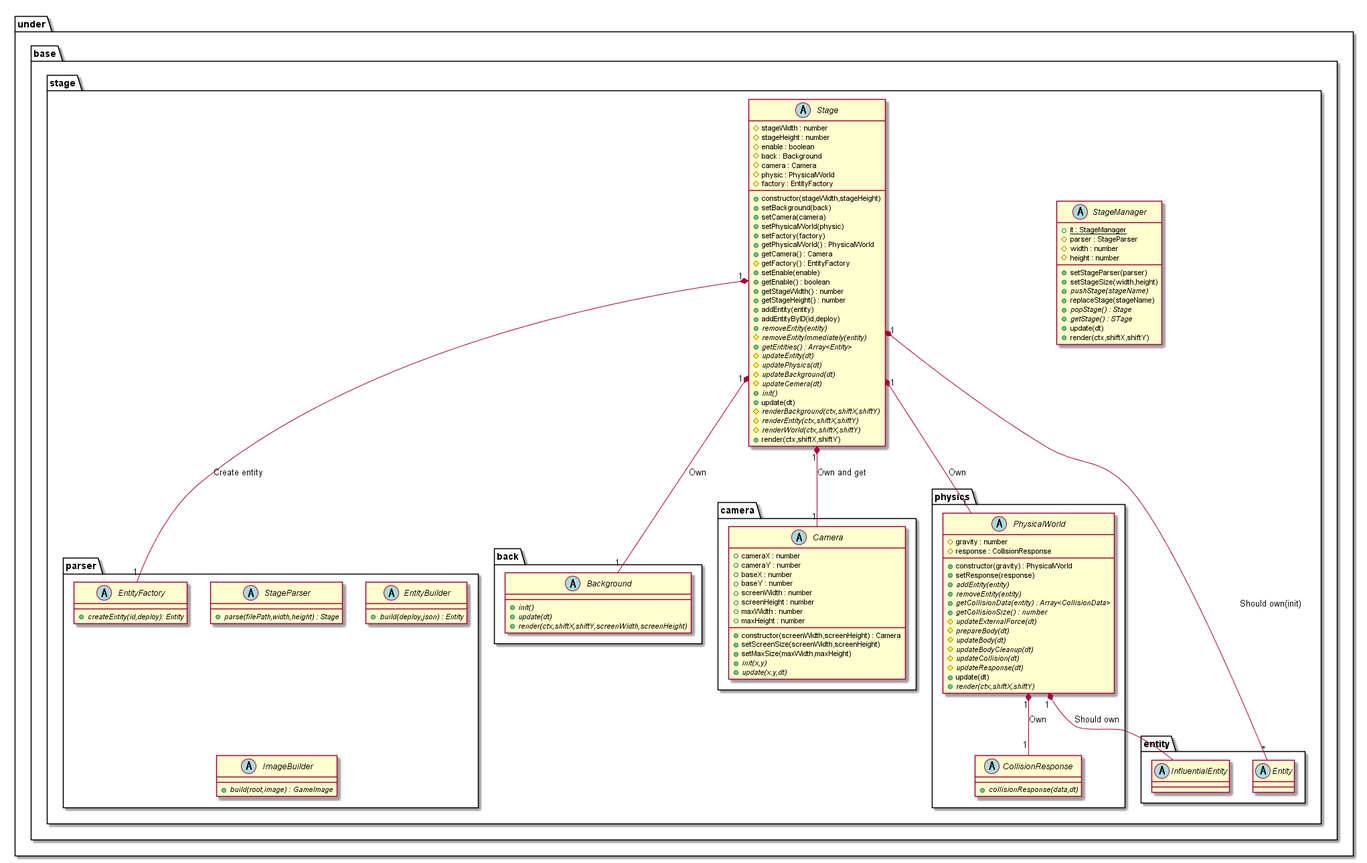
Expine/Under keeps this PlantUML diagram as out/uml/stage/Base/StageBase.png. Above is the earlier version.
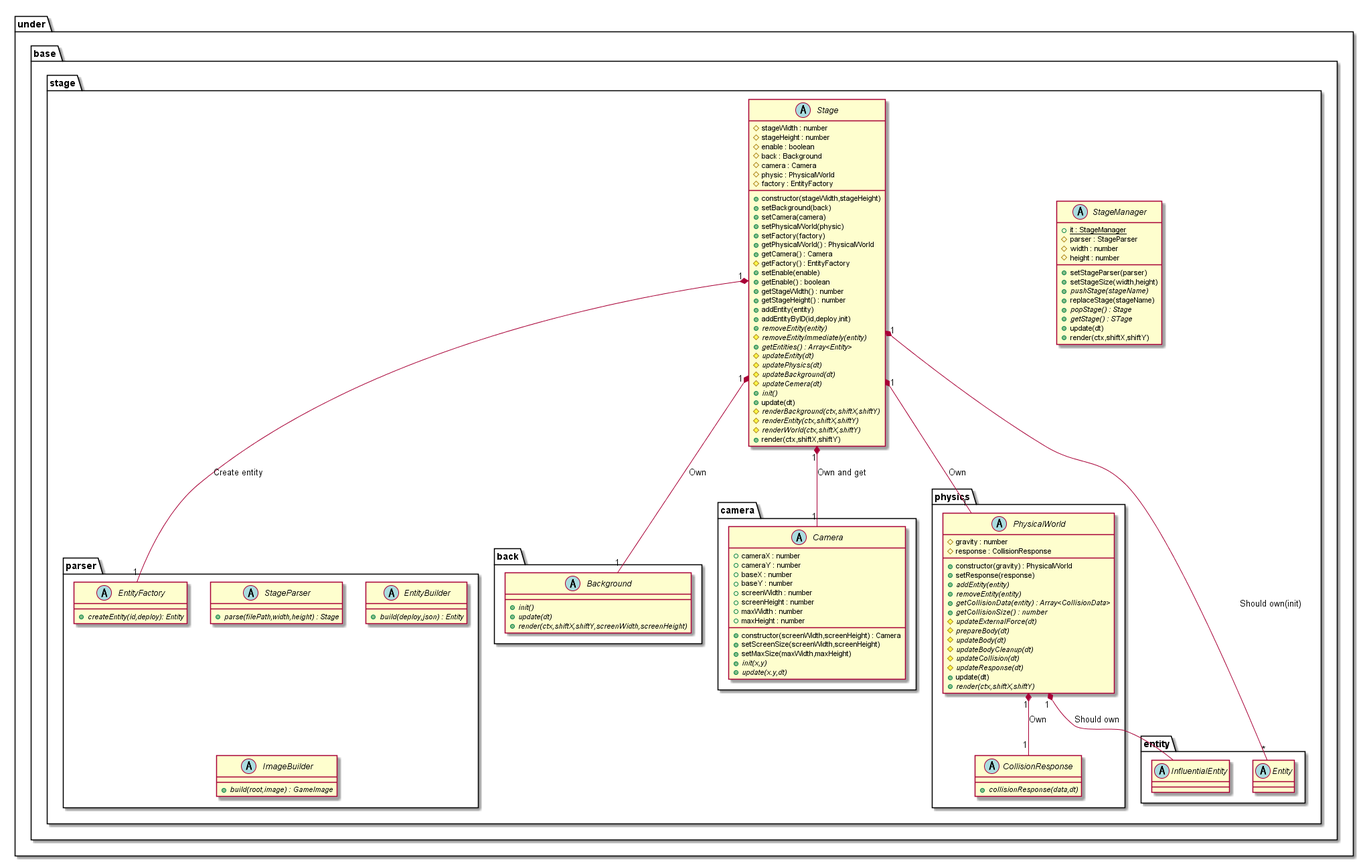
The same file after the commit.

Change to the diagram source:
```diff
@@ -38,7 +38,7 @@
                 +getStageWidth() : number
                 +getStageHeight() : number
                 +addEntity(entity)
-                +addEntityByID(id,deploy)
+                +addEntityByID(id,deploy,init)
                 {abstract} +removeEntity(entity)
                 {abstract} #removeEntityImmediately(entity)
                 {abstract} +getEntities() : Array<Entity>
```
